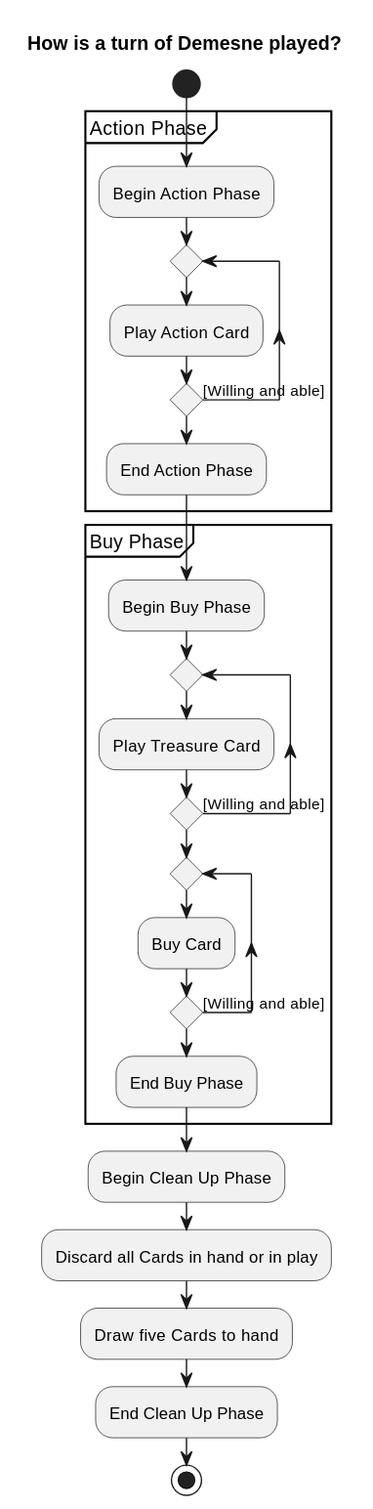
The PlantUML diagram diagrams/turn-activity.svg in qwwqe/demesne, before a commit.
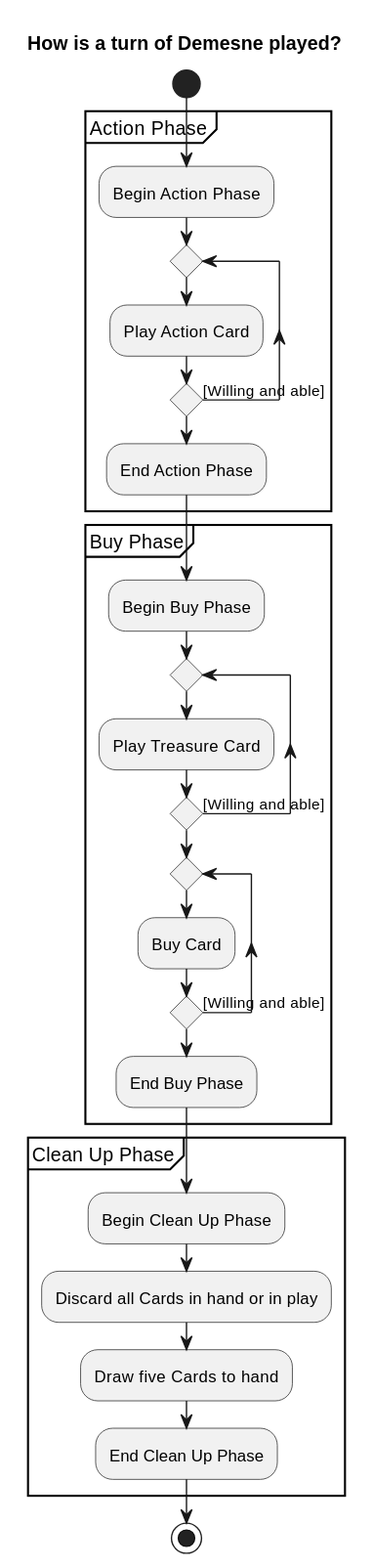
The same diagram one commit later.

Commit message:
Wrap Clean Up Phase in partition

The edit, as a diff of the source:
```diff
@@ -27,13 +27,15 @@
   :End Buy Phase;
 }
 
-:Begin Clean Up Phase;
+partition Clean Up Phase {
+  :Begin Clean Up Phase;
 
-:Discard all Cards in hand or in play;
+  :Discard all Cards in hand or in play;
 
-:Draw five Cards to hand;
+  :Draw five Cards to hand;
 
-:End Clean Up Phase;
+  :End Clean Up Phase;
+}
 
 stop
 @enduml
```
